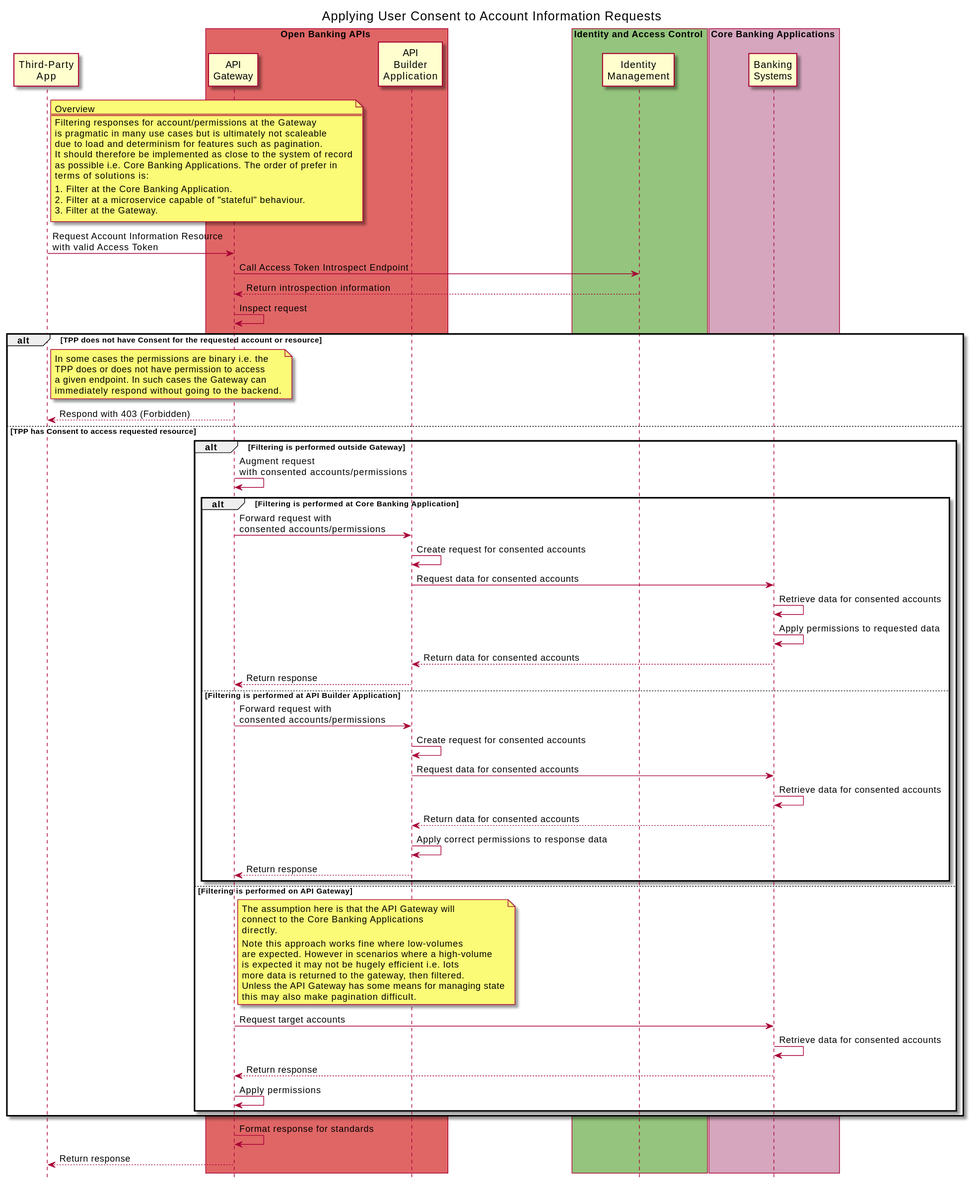
Above: static/Images/Applying_Consent_Sequence.svg in Axway/open-banking-docs (PlantUML), before the change.
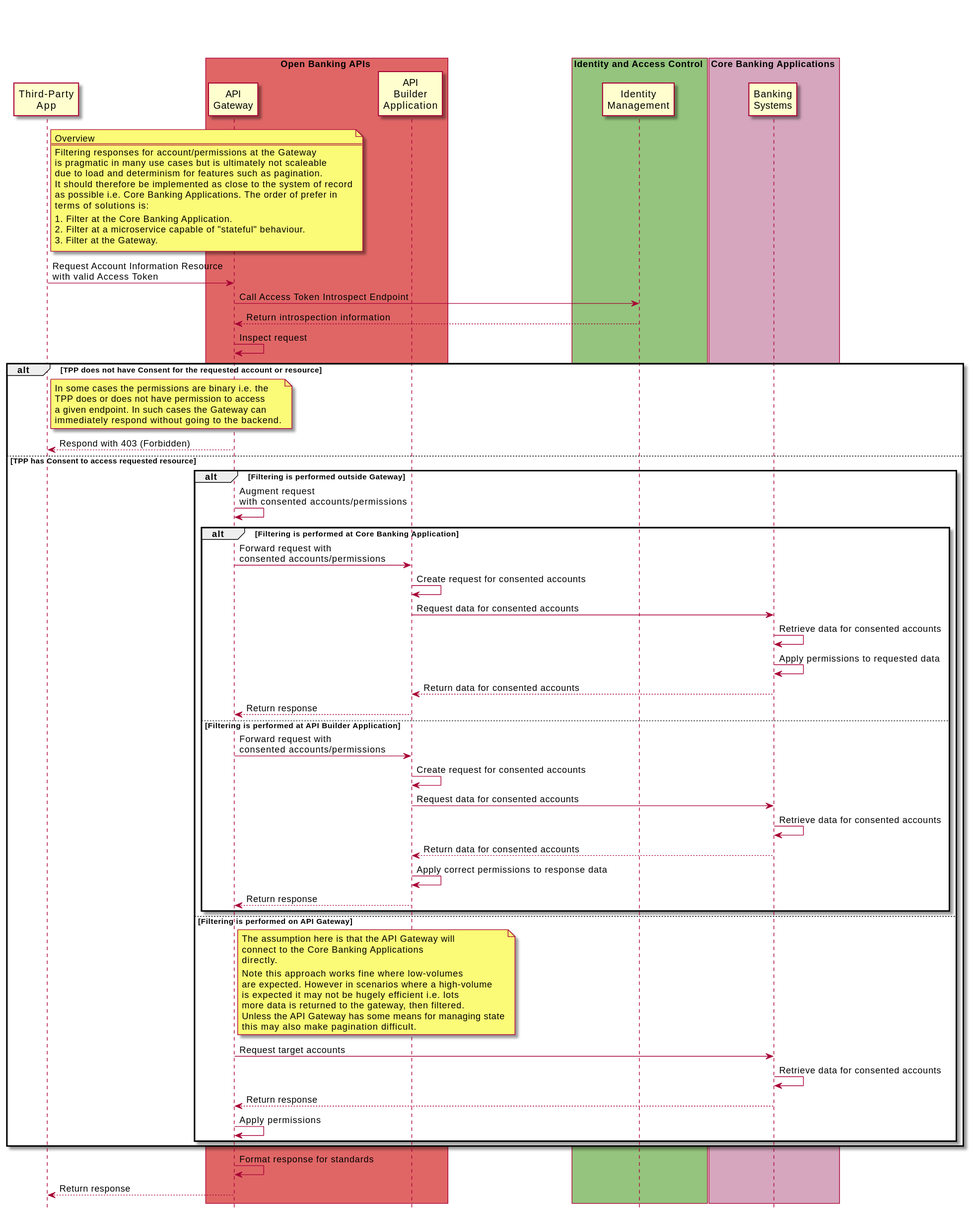
The same file after the commit.

Commit message:
chore: Added CIBA diagram, new layout for sequence diagram pages

The edit, as a diff of the source:
```diff
@@ -1,7 +1,6 @@
-@startuml Apply User Consent to Request/Response
+@startuml Applying_Consent_Sequence
 
-title Applying User Consent to Account Information Requests
-
+title \n\n
 
 participant "Third-Party\nApp" as TPP
 
```
